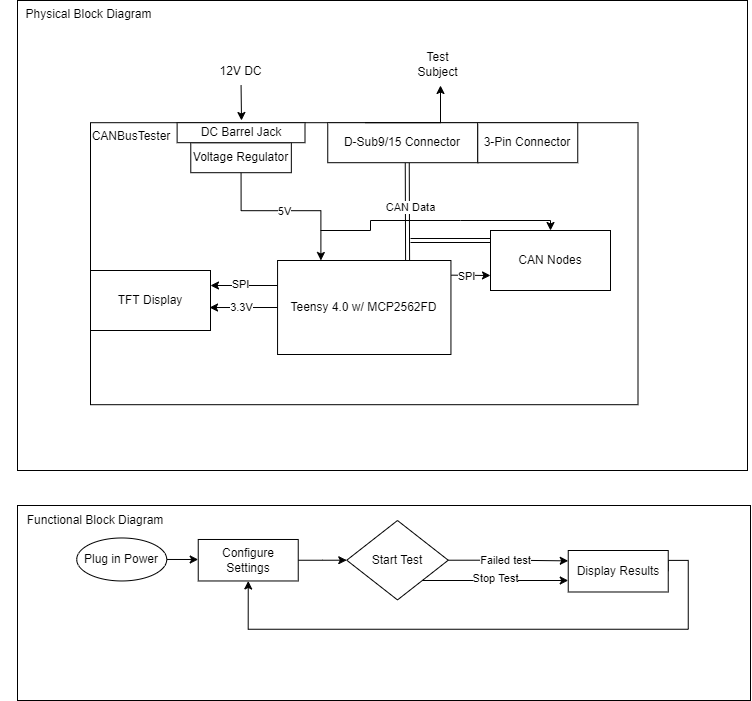
Above: figures/CANBusTester.drawio.png in SystemsCyber/CANBusTester (draw.io), before the change. Source tidied: cells renumbered, new cells last; positions are measured from the earlier drawing's top-left corner, leaving out a move shared by most shapes.
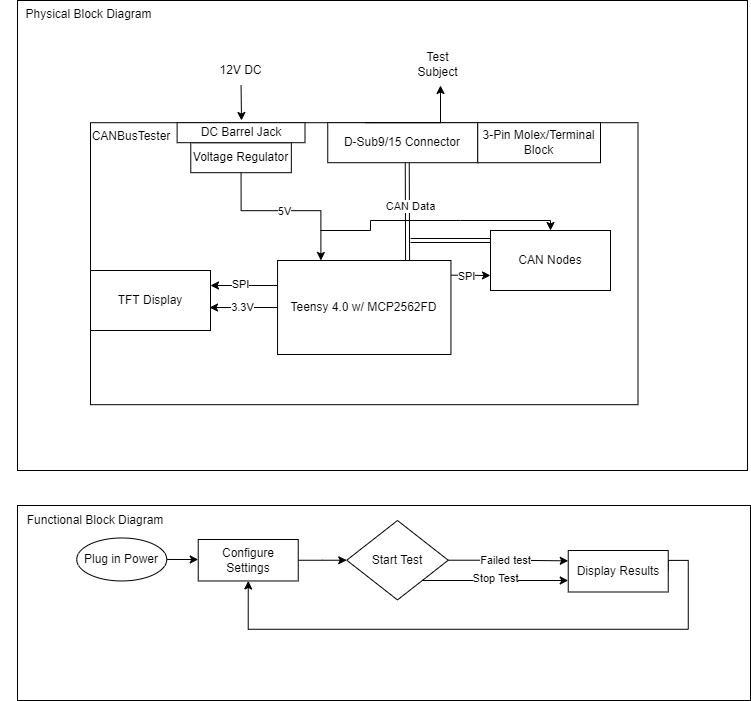
After the change.

What changed in the source:
```diff
@@ -12,7 +12,7 @@
       <mxGeometry width="730" height="470" as="geometry" />
     </mxCell>
     <mxCell id="5" style="group;" parent="3" vertex="1">
-      <mxGeometry x="73" y="122.2" width="547.5" height="282" as="geometry" />
+      <mxGeometry x="73" y="122.2" width="550" height="282" as="geometry" />
     </mxCell>
     <mxCell id="6" style="rounded=0;whiteSpace=wrap;html=1;" parent="5" vertex="1">
       <mxGeometry width="547.5" height="282" as="geometry" />
@@ -37,8 +37,8 @@
     <mxCell id="11" value="Voltage Regulator" style="rounded=0;whiteSpace=wrap;html=1;" parent="5" vertex="1">
       <mxGeometry x="100.3" y="20" width="100.6" height="30" as="geometry" />
     </mxCell>
-    <mxCell id="12" value="3-Pin Connector" style="rounded=0;whiteSpace=wrap;html=1;" parent="5" vertex="1">
-      <mxGeometry x="387.2" width="100" height="40" as="geometry" />
+    <mxCell id="12" value="3-Pin Molex/Terminal Block" style="rounded=0;whiteSpace=wrap;html=1;" parent="5" vertex="1">
+      <mxGeometry x="387.2" width="122.8" height="40" as="geometry" />
     </mxCell>
     <mxCell id="13" value="DC Barrel Jack" style="rounded=0;whiteSpace=wrap;html=1;" parent="5" vertex="1">
       <mxGeometry x="86.6" width="127.9" height="20" as="geometry" />
```
